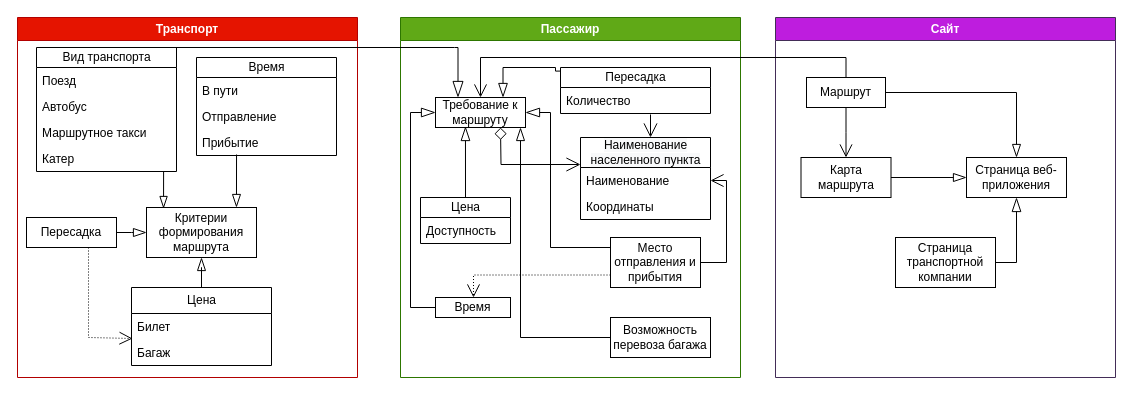
This is мпо.drawio from Anaastasiya/-, a draw.io file, before an edit. Source tidied: cells renumbered, new cells numbered last; positions are measured from the earlier drawing's top-left corner, leaving out a move shared by most shapes. Both pictures are drawn from the tidied source at 100%, with x=0, y=0 at pixel (17, 17).
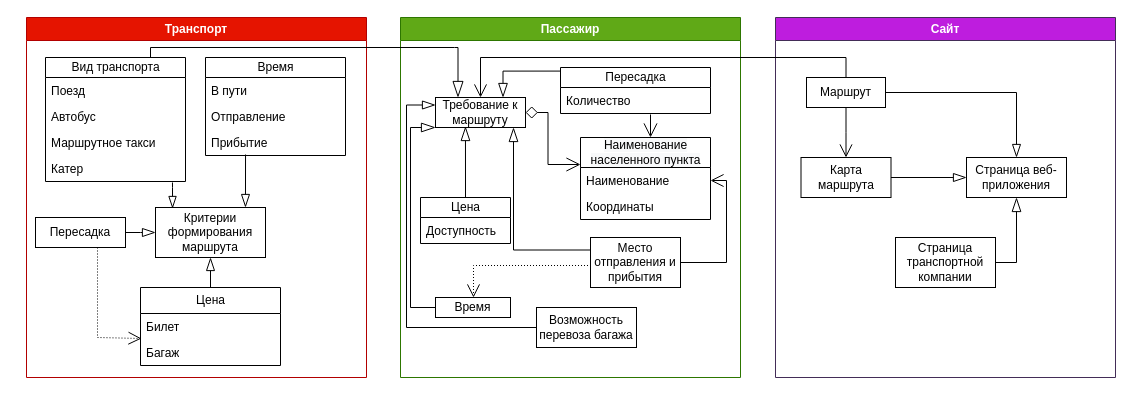
Above is the later version.

The change refers to these unchanged cells:
```xml
<mxCell id="8" value="Катер" style="text;strokeColor=none;fillColor=none;align=left;verticalAlign=top;spacingLeft=4;spacingRight=4;overflow=hidden;points=[[0,0.5],[1,0.5]];portConstraint=eastwest;whiteSpace=wrap;html=1;" parent="4" vertex="1">
  <mxGeometry y="98" width="140" height="26" as="geometry" />
</mxCell>
<mxCell id="18" value="Критерии формирования маршрута" style="whiteSpace=wrap;html=1;align=center;newEdgeStyle={&quot;edgeStyle&quot;:&quot;elbowEdgeStyle&quot;,&quot;startArrow&quot;:&quot;none&quot;,&quot;endArrow&quot;:&quot;none&quot;};" parent="2" vertex="1">
  <mxGeometry x="129" y="190" width="110" height="50" as="geometry" />
</mxCell>
<mxCell id="19" value="Цена" style="swimlane;fontStyle=0;horizontal=1;startSize=26;fillColor=none;html=1;" parent="2" vertex="1">
  <mxGeometry x="114" y="270" width="140" height="78" as="geometry" />
</mxCell>
<mxCell id="23" value="Пассажир" style="swimlane;whiteSpace=wrap;html=1;fillColor=#60a917;strokeColor=#2D7600;fontColor=#ffffff;" parent="1" vertex="1">
  <mxGeometry x="383" width="340" height="360" as="geometry" />
</mxCell>
<mxCell id="26" value="Пересадка" style="swimlane;fontStyle=0;horizontal=1;startSize=20;fillColor=none;html=1;" parent="23" vertex="1">
  <mxGeometry x="160" y="50" width="150" height="46" as="geometry" />
</mxCell>
<mxCell id="31" value="Время" style="whiteSpace=wrap;html=1;align=center;newEdgeStyle={&quot;edgeStyle&quot;:&quot;elbowEdgeStyle&quot;,&quot;startArrow&quot;:&quot;none&quot;,&quot;endArrow&quot;:&quot;none&quot;};" parent="23" vertex="1">
  <mxGeometry x="35" y="280" width="75" height="20" as="geometry" />
</mxCell>
<mxCell id="37" value="Требование к маршруту" style="whiteSpace=wrap;html=1;align=center;newEdgeStyle={&quot;edgeStyle&quot;:&quot;elbowEdgeStyle&quot;,&quot;startArrow&quot;:&quot;none&quot;,&quot;endArrow&quot;:&quot;none&quot;};" parent="23" vertex="1">
  <mxGeometry x="35" y="80" width="90" height="30" as="geometry" />
</mxCell>
<mxCell id="41" value="Наименование" style="text;strokeColor=none;fillColor=none;align=left;verticalAlign=top;spacingLeft=4;spacingRight=4;overflow=hidden;points=[[0,0.5],[1,0.5]];portConstraint=eastwest;whiteSpace=wrap;html=1;" parent="40" vertex="1">
  <mxGeometry y="30" width="130" height="26" as="geometry" />
</mxCell>
```

What changed in the source:
```diff
@@
     <mxCell id="2" value="Транспорт" style="swimlane;whiteSpace=wrap;html=1;fillColor=#e51400;strokeColor=#B20000;fontColor=#ffffff;" parent="1" vertex="1">
-      <mxGeometry width="340" height="360" as="geometry" />
+      <mxGeometry x="9" width="340" height="360" as="geometry" />
     </mxCell>
-    <mxCell id="3" style="edgeStyle=orthogonalEdgeStyle;rounded=0;jettySize=auto;html=1;entryX=0.155;entryY=0.02;entryDx=0;entryDy=0;startArrow=none;startFill=0;endArrow=blockThin;endFill=0;startSize=12;endSize=10;targetPerimeterSpacing=11;entryPerimeter=0;exitX=0.893;exitY=1;exitDx=0;exitDy=0;exitPerimeter=0;" parent="2" edge="1" source="8" target="18">
+    <mxCell id="3" style="edgeStyle=orthogonalEdgeStyle;rounded=0;jettySize=auto;html=1;entryX=0.155;entryY=0.02;entryDx=0;entryDy=0;startArrow=none;startFill=0;endArrow=blockThin;endFill=0;startSize=12;endSize=10;targetPerimeterSpacing=11;entryPerimeter=0;exitX=0.907;exitY=1.038;exitDx=0;exitDy=0;exitPerimeter=0;" parent="2" edge="1" source="8" target="18">
       <mxGeometry relative="1" as="geometry">
         <Array as="points">
-          <mxPoint x="146" y="154" />
+          <mxPoint x="146" y="170" />
+          <mxPoint x="146" y="170" />
         </Array>
       </mxGeometry>
     </mxCell>
     <mxCell id="4" value="Вид транспорта" style="swimlane;fontStyle=0;horizontal=1;startSize=20;fillColor=none;html=1;" parent="2" vertex="1">
-      <mxGeometry x="19" y="30" width="140" height="124" as="geometry" />
+      <mxGeometry x="19" y="40" width="140" height="124" as="geometry" />
     </mxCell>
@@
-    <mxCell id="17" style="edgeStyle=orthogonalEdgeStyle;rounded=0;jettySize=auto;html=1;exitX=0.5;exitY=1;exitDx=0;exitDy=0;startArrow=blockThin;startFill=0;endArrow=none;endFill=0;endSize=11;startSize=11;" parent="2" edge="1" source="18" target="19">
+    <mxCell id="17" style="edgeStyle=orthogonalEdgeStyle;rounded=0;jettySize=auto;html=1;exitX=0.5;exitY=1;exitDx=0;exitDy=0;startArrow=blockThin;startFill=0;endArrow=none;endFill=0;endSize=11;startSize=11;entryX=0.5;entryY=0;entryDx=0;entryDy=0;" parent="2" edge="1" source="18" target="19">
       <mxGeometry relative="1" as="geometry" />
     </mxCell>
@@
     <mxCell id="28" value="Возможность перевоза багажа" style="whiteSpace=wrap;html=1;align=center;newEdgeStyle={&quot;edgeStyle&quot;:&quot;elbowEdgeStyle&quot;,&quot;startArrow&quot;:&quot;none&quot;,&quot;endArrow&quot;:&quot;none&quot;};" parent="23" vertex="1">
-      <mxGeometry x="210" y="300" width="100" height="40" as="geometry" />
+      <mxGeometry x="136" y="290" width="100" height="40" as="geometry" />
     </mxCell>
     <mxCell id="29" style="edgeStyle=orthogonalEdgeStyle;rounded=0;jettySize=auto;html=1;exitX=0;exitY=0.75;exitDx=0;exitDy=0;dashed=1;dashPattern=1 2;startArrow=none;startFill=0;endArrow=open;endFill=0;strokeWidth=1;endSize=11;" parent="23" edge="1" source="30" target="31">
       <mxGeometry relative="1" as="geometry">
         <Array as="points">
-          <mxPoint x="73" y="258" />
+          <mxPoint x="73" y="248" />
         </Array>
       </mxGeometry>
     </mxCell>
     <mxCell id="30" value="Место отправления и прибытия" style="whiteSpace=wrap;html=1;align=center;newEdgeStyle={&quot;edgeStyle&quot;:&quot;elbowEdgeStyle&quot;,&quot;startArrow&quot;:&quot;none&quot;,&quot;endArrow&quot;:&quot;none&quot;};" parent="23" vertex="1">
-      <mxGeometry x="210" y="220" width="90" height="50" as="geometry" />
+      <mxGeometry x="190" y="220" width="90" height="50" as="geometry" />
     </mxCell>
@@
-    <mxCell id="33" style="edgeStyle=orthogonalEdgeStyle;rounded=0;jettySize=auto;html=1;exitX=1;exitY=0.5;exitDx=0;exitDy=0;startArrow=blockThin;startFill=0;endArrow=none;endFill=0;entryX=0;entryY=0.25;entryDx=0;entryDy=0;endSize=11;targetPerimeterSpacing=10;startSize=12;" parent="23" edge="1" source="37" target="30">
+    <mxCell id="33" style="edgeStyle=orthogonalEdgeStyle;rounded=0;jettySize=auto;html=1;startArrow=blockThin;startFill=0;endArrow=none;endFill=0;entryX=0;entryY=0.25;entryDx=0;entryDy=0;endSize=11;targetPerimeterSpacing=10;startSize=12;" parent="23" edge="1" target="30">
       <mxGeometry relative="1" as="geometry">
+        <mxPoint x="113" y="110" as="sourcePoint" />
         <Array as="points">
-          <mxPoint x="150" y="95" />
-          <mxPoint x="150" y="230" />
-          <mxPoint x="210" y="230" />
+          <mxPoint x="113" y="233" />
         </Array>
       </mxGeometry>
     </mxCell>
-    <mxCell id="34" style="edgeStyle=orthogonalEdgeStyle;rounded=0;jettySize=auto;html=1;exitX=0;exitY=0.5;exitDx=0;exitDy=0;entryX=0;entryY=0.5;entryDx=0;entryDy=0;startArrow=blockThin;startFill=0;endArrow=none;endFill=0;endSize=11;startSize=12;" parent="23" edge="1" source="37" target="31">
+    <mxCell id="34" style="edgeStyle=orthogonalEdgeStyle;rounded=0;jettySize=auto;html=1;exitX=0;exitY=1;exitDx=0;exitDy=0;entryX=0;entryY=0.5;entryDx=0;entryDy=0;startArrow=blockThin;startFill=0;endArrow=none;endFill=0;endSize=11;startSize=12;" parent="23" edge="1" source="37" target="31">
       <mxGeometry relative="1" as="geometry">
         <Array as="points">
-          <mxPoint x="10" y="95" />
+          <mxPoint x="10" y="110" />
           <mxPoint x="10" y="290" />
         </Array>
       </mxGeometry>
     </mxCell>
     <mxCell id="35" style="edgeStyle=orthogonalEdgeStyle;rounded=0;jettySize=auto;html=1;exitX=0.75;exitY=0;exitDx=0;exitDy=0;entryX=0;entryY=0.078;entryDx=0;entryDy=0;entryPerimeter=0;strokeWidth=1;startArrow=blockThin;startFill=0;endArrow=none;endFill=0;endSize=11;startSize=12;" parent="23" edge="1" source="37" target="26">
-      <mxGeometry relative="1" as="geometry" />
+      <mxGeometry relative="1" as="geometry">
+        <Array as="points">
+          <mxPoint x="103" y="54" />
+        </Array>
+      </mxGeometry>
     </mxCell>
-    <mxCell id="36" style="edgeStyle=orthogonalEdgeStyle;rounded=0;jettySize=auto;html=1;entryX=0;entryY=0.5;entryDx=0;entryDy=0;strokeWidth=1;startArrow=blockThin;startFill=0;endArrow=none;endFill=0;endSize=11;startSize=11;" parent="23" edge="1" target="28">
+    <mxCell id="36" style="edgeStyle=orthogonalEdgeStyle;rounded=0;jettySize=auto;html=1;entryX=0;entryY=0.5;entryDx=0;entryDy=0;strokeWidth=1;startArrow=blockThin;startFill=0;endArrow=none;endFill=0;endSize=11;startSize=11;exitX=0;exitY=0.25;exitDx=0;exitDy=0;" parent="23" edge="1" source="37" target="28">
       <mxGeometry relative="1" as="geometry">
-        <mxPoint x="120" y="110" as="sourcePoint" />
         <Array as="points">
-          <mxPoint x="120" y="320" />
+          <mxPoint x="6" y="88" />
+          <mxPoint x="6" y="310" />
         </Array>
       </mxGeometry>
     </mxCell>
@@
-    <mxCell id="39" style="edgeStyle=orthogonalEdgeStyle;rounded=0;jettySize=auto;html=1;exitX=0;exitY=-0.115;exitDx=0;exitDy=0;entryX=0.993;entryY=0.923;entryDx=0;entryDy=0;entryPerimeter=0;startArrow=open;startFill=0;endArrow=diamond;endFill=0;endSize=10;exitPerimeter=0;startSize=12;" parent="23" edge="1" source="41">
-      <mxGeometry relative="1" as="geometry">
-        <mxPoint x="100" y="110" as="targetPoint" />
-      </mxGeometry>
+    <mxCell id="39" style="edgeStyle=orthogonalEdgeStyle;rounded=0;jettySize=auto;html=1;exitX=0;exitY=-0.115;exitDx=0;exitDy=0;entryX=1;entryY=0.5;entryDx=0;entryDy=0;startArrow=open;startFill=0;endArrow=diamond;endFill=0;endSize=10;exitPerimeter=0;startSize=12;" parent="23" edge="1" source="41" target="37">
+      <mxGeometry relative="1" as="geometry" />
     </mxCell>
```
